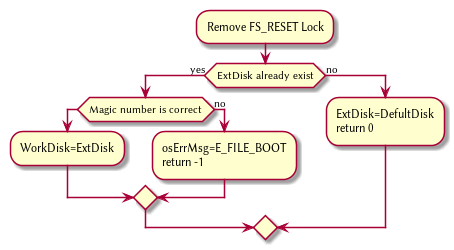
Before: Plant/FS_BOOT.png, a diagram exported from PlantUML (HawaiinPizza/CIS-450-final-project).
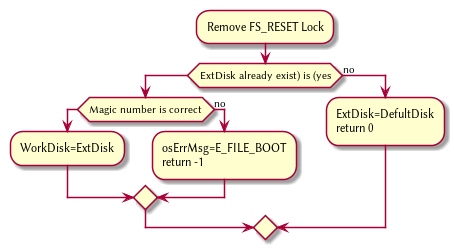
The same diagram one commit later.

Diff of the diagram source:
```diff
@@ -1,6 +1,6 @@
 @startuml
 :Remove FS_RESET Lock;
-if (ExtDisk already exist) then (yes)
+if (ExtDisk already exist) is (yes)
    if(Magic number is correct)
 	    :WorkDisk=ExtDisk;
    else (no)
```
